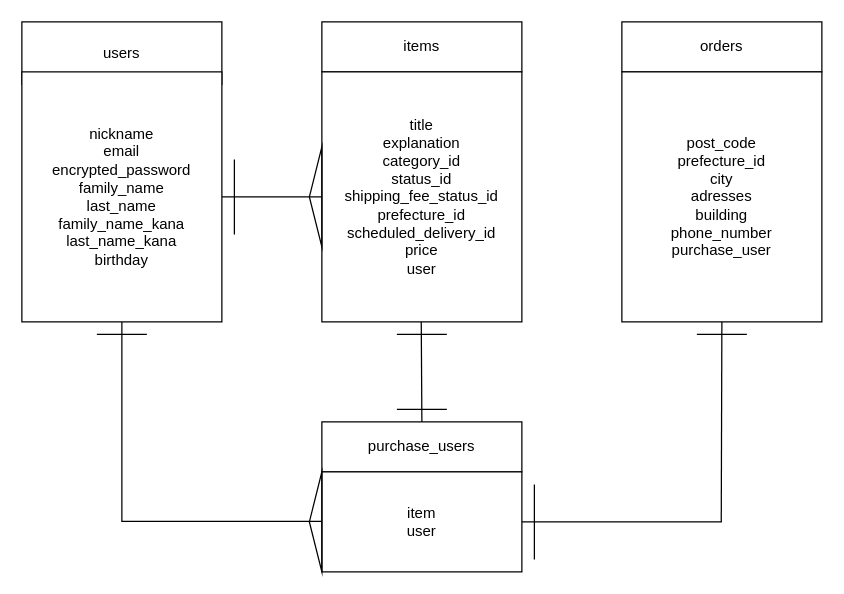
Above: original.dio in iheukotomoshini/original_app (draw.io), before the change. Source tidied: cells renumbered, new cells numbered last; positions are measured from the earlier drawing's top-left corner, leaving out a move shared by most shapes. Both pictures are drawn from the tidied source at 125%, with x=0, y=0 at pixel (21, 21).
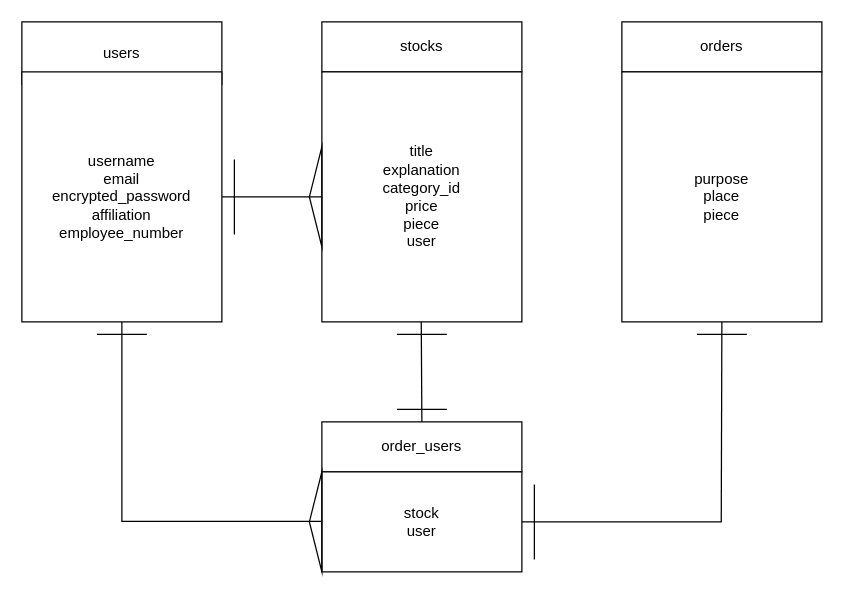
The same page after the edit.

The edit, as a diff of the source:
```diff
@@
-    <mxCell id="4" value="nickname&lt;div&gt;email&lt;/div&gt;&lt;div&gt;encrypted_password&lt;/div&gt;&lt;div&gt;family_name&lt;/div&gt;&lt;div&gt;last_name&lt;/div&gt;&lt;div&gt;family_name_kana&lt;/div&gt;&lt;div&gt;last_name_kana&lt;/div&gt;&lt;div&gt;birthday&lt;/div&gt;" style="rounded=0;whiteSpace=wrap;html=1;" parent="1" vertex="1">
+    <mxCell id="4" value="username&lt;div&gt;email&lt;/div&gt;&lt;div&gt;encrypted_password&lt;/div&gt;&lt;div&gt;affiliation&lt;/div&gt;&lt;div&gt;employee_number&lt;/div&gt;" style="rounded=0;whiteSpace=wrap;html=1;" parent="1" vertex="1">
       <mxGeometry y="40" width="160" height="200" as="geometry" />
     </mxCell>
-    <mxCell id="5" value="items" style="rounded=0;whiteSpace=wrap;html=1;" parent="1" vertex="1">
+    <mxCell id="5" value="stocks" style="rounded=0;whiteSpace=wrap;html=1;" parent="1" vertex="1">
       <mxGeometry x="240" width="160" height="40" as="geometry" />
     </mxCell>
-    <mxCell id="6" value="title&lt;div&gt;explanation&lt;/div&gt;&lt;div&gt;category_id&lt;/div&gt;&lt;div&gt;status_id&lt;/div&gt;&lt;div&gt;shipping_fee_status_id&lt;/div&gt;&lt;div&gt;prefecture_id&lt;/div&gt;&lt;div&gt;scheduled_delivery_id&lt;/div&gt;&lt;div&gt;price&lt;/div&gt;&lt;div&gt;user&lt;/div&gt;" style="rounded=0;whiteSpace=wrap;html=1;" parent="1" vertex="1">
+    <mxCell id="6" value="title&lt;div&gt;explanation&lt;/div&gt;&lt;div&gt;category_id&lt;/div&gt;&lt;div&gt;price&lt;/div&gt;&lt;div&gt;piece&lt;/div&gt;&lt;div&gt;user&lt;/div&gt;" style="rounded=0;whiteSpace=wrap;html=1;" parent="1" vertex="1">
       <mxGeometry x="240" y="40" width="160" height="200" as="geometry" />
     </mxCell>
@@
-    <mxCell id="8" value="post_code&lt;div&gt;prefecture_id&lt;/div&gt;&lt;div&gt;city&lt;/div&gt;&lt;div&gt;adresses&lt;/div&gt;&lt;div&gt;building&lt;/div&gt;&lt;div&gt;phone_number&lt;/div&gt;&lt;div&gt;purchase_user&lt;/div&gt;" style="rounded=0;whiteSpace=wrap;html=1;" parent="1" vertex="1">
+    <mxCell id="8" value="purpose&lt;div&gt;place&lt;/div&gt;&lt;div&gt;piece&lt;/div&gt;" style="rounded=0;whiteSpace=wrap;html=1;" parent="1" vertex="1">
       <mxGeometry x="480" y="40" width="160" height="200" as="geometry" />
     </mxCell>
@@
-    <mxCell id="10" value="purchase_users" style="rounded=0;whiteSpace=wrap;html=1;" parent="1" vertex="1">
+    <mxCell id="10" value="order_users" style="rounded=0;whiteSpace=wrap;html=1;" parent="1" vertex="1">
       <mxGeometry x="240" y="320" width="160" height="40" as="geometry" />
     </mxCell>
-    <mxCell id="11" value="item&lt;div&gt;user&lt;/div&gt;" style="rounded=0;whiteSpace=wrap;html=1;" parent="1" vertex="1">
+    <mxCell id="11" value="stock&lt;br&gt;&lt;div&gt;user&lt;/div&gt;" style="rounded=0;whiteSpace=wrap;html=1;" parent="1" vertex="1">
       <mxGeometry x="240" y="360" width="160" height="80" as="geometry" />
     </mxCell>
```
